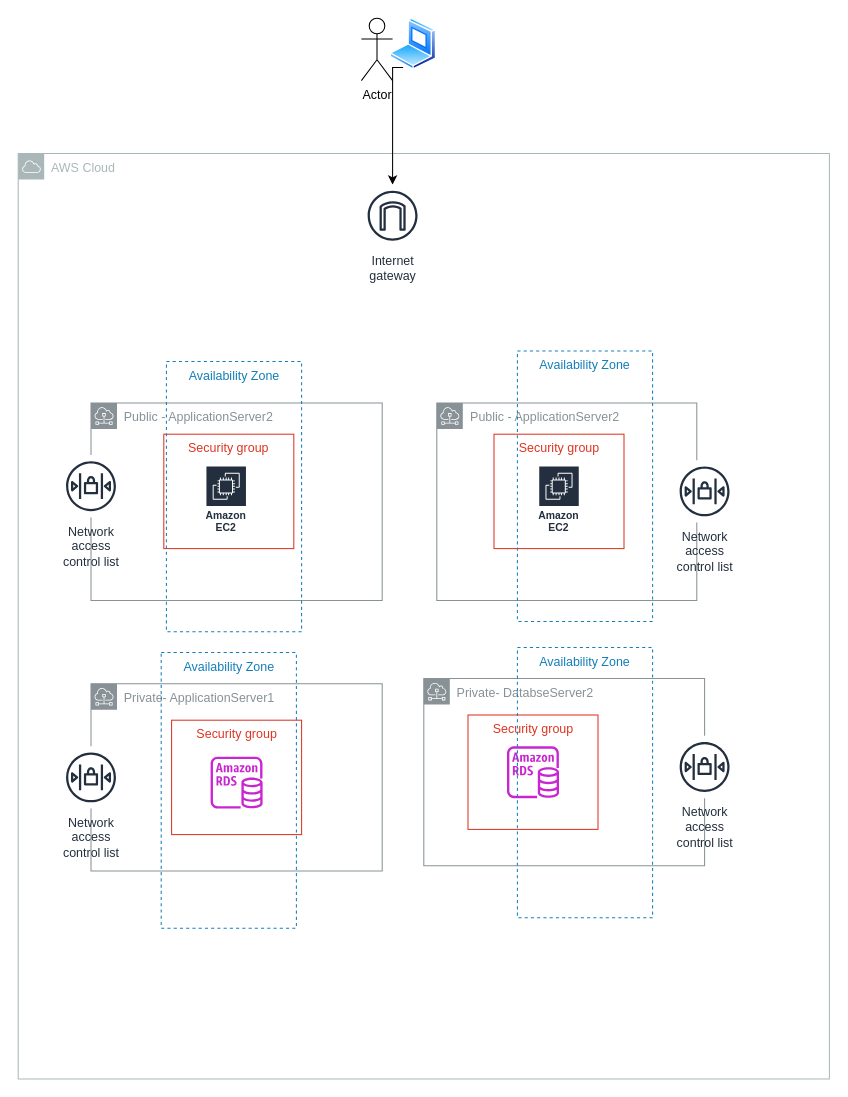
This is aws vpc.drawio from emtiazchowdhury/DemoPortfolioApp, a draw.io file, before an edit. Source tidied: cells renumbered, new cells numbered last; positions are measured from the earlier drawing's top-left corner, leaving out a move shared by most shapes. Both pictures are drawn from the tidied source at 104%, with x=0, y=0 at pixel (18, 18).
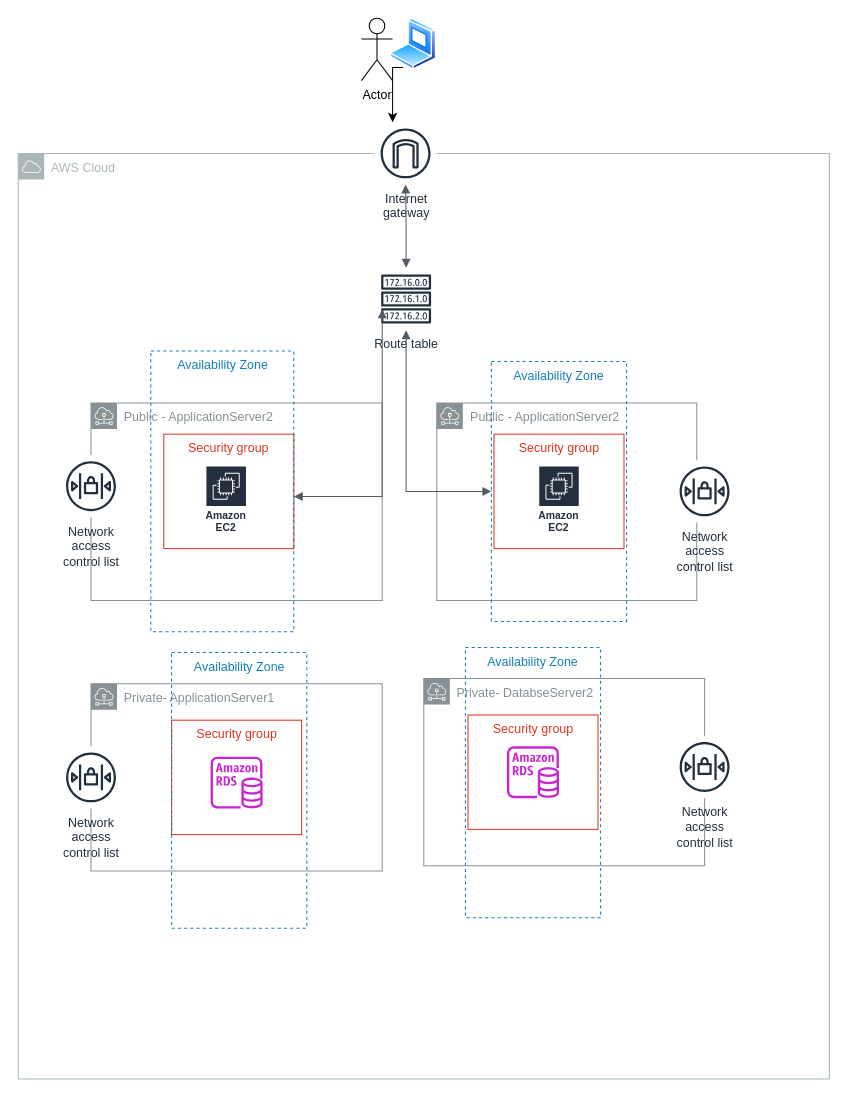
Above is the later version.

The edit, as a diff of the source:
```diff
@@
     <mxCell id="12" value="Internet&#10;gateway" style="sketch=0;outlineConnect=0;fontColor=#232F3E;gradientColor=none;strokeColor=#232F3E;fillColor=#ffffff;dashed=0;verticalLabelPosition=bottom;verticalAlign=top;align=center;html=1;fontSize=12;fontStyle=0;shape=mxgraph.aws4.resourceIcon;resIcon=mxgraph.aws4.internet_gateway;" parent="1" vertex="1">
-      <mxGeometry x="330" y="160" width="60" height="60" as="geometry" />
+      <mxGeometry x="342.5" y="100" width="60" height="60" as="geometry" />
     </mxCell>
@@
     <mxCell id="23" value="Availability Zone" style="fillColor=none;strokeColor=#147EBA;dashed=1;verticalAlign=top;fontStyle=0;fontColor=#147EBA;whiteSpace=wrap;html=1;" parent="1" vertex="1">
-      <mxGeometry x="142.5" y="330" width="130" height="260" as="geometry" />
+      <mxGeometry x="127.5" y="320" width="137.5" height="270" as="geometry" />
     </mxCell>
     <mxCell id="24" value="Availability Zone" style="fillColor=none;strokeColor=#147EBA;dashed=1;verticalAlign=top;fontStyle=0;fontColor=#147EBA;whiteSpace=wrap;html=1;" parent="1" vertex="1">
-      <mxGeometry x="480" y="320" width="130" height="260" as="geometry" />
+      <mxGeometry x="455" y="330" width="130" height="250" as="geometry" />
     </mxCell>
     <mxCell id="25" value="Availability Zone" style="fillColor=none;strokeColor=#147EBA;dashed=1;verticalAlign=top;fontStyle=0;fontColor=#147EBA;whiteSpace=wrap;html=1;" parent="1" vertex="1">
-      <mxGeometry x="480" y="605" width="130" height="260" as="geometry" />
+      <mxGeometry x="430" y="605" width="130" height="260" as="geometry" />
     </mxCell>
     <mxCell id="26" value="Availability Zone" style="fillColor=none;strokeColor=#147EBA;dashed=1;verticalAlign=top;fontStyle=0;fontColor=#147EBA;whiteSpace=wrap;html=1;" parent="1" vertex="1">
-      <mxGeometry x="137.5" y="610" width="130" height="265" as="geometry" />
+      <mxGeometry x="147.5" y="610" width="130" height="265" as="geometry" />
     </mxCell>
+    <mxCell id="27" value="Route table" style="sketch=0;outlineConnect=0;fontColor=#232F3E;gradientColor=none;strokeColor=#232F3E;fillColor=#ffffff;dashed=0;verticalLabelPosition=bottom;verticalAlign=top;align=center;html=1;fontSize=12;fontStyle=0;shape=mxgraph.aws4.resourceIcon;resIcon=mxgraph.aws4.route_table;" parent="1" vertex="1">
+      <mxGeometry x="343" y="240" width="60" height="60" as="geometry" />
+    </mxCell>
+    <mxCell id="28" style="edgeStyle=orthogonalEdgeStyle;html=1;endArrow=block;elbow=vertical;startArrow=block;startFill=1;endFill=1;strokeColor=#545B64;rounded=0;" parent="1" edge="1" source="27" target="12">
+      <mxGeometry relative="1" as="geometry" />
+    </mxCell>
+    <mxCell id="29" style="edgeStyle=orthogonalEdgeStyle;html=1;endArrow=block;elbow=vertical;startArrow=block;startFill=1;endFill=1;strokeColor=#545B64;rounded=0;" parent="1" edge="1" source="23">
+      <mxGeometry relative="1" as="geometry">
+        <mxPoint x="350" y="280" as="targetPoint" />
+        <Array as="points">
+          <mxPoint x="350" y="460" />
+        </Array>
+      </mxGeometry>
+    </mxCell>
+    <mxCell id="30" style="edgeStyle=orthogonalEdgeStyle;html=1;endArrow=block;elbow=vertical;startArrow=block;startFill=1;endFill=1;strokeColor=#545B64;rounded=0;" parent="1" edge="1" source="27" target="24">
+      <mxGeometry relative="1" as="geometry">
+        <Array as="points">
+          <mxPoint x="373" y="455" />
+        </Array>
+      </mxGeometry>
+    </mxCell>
```
